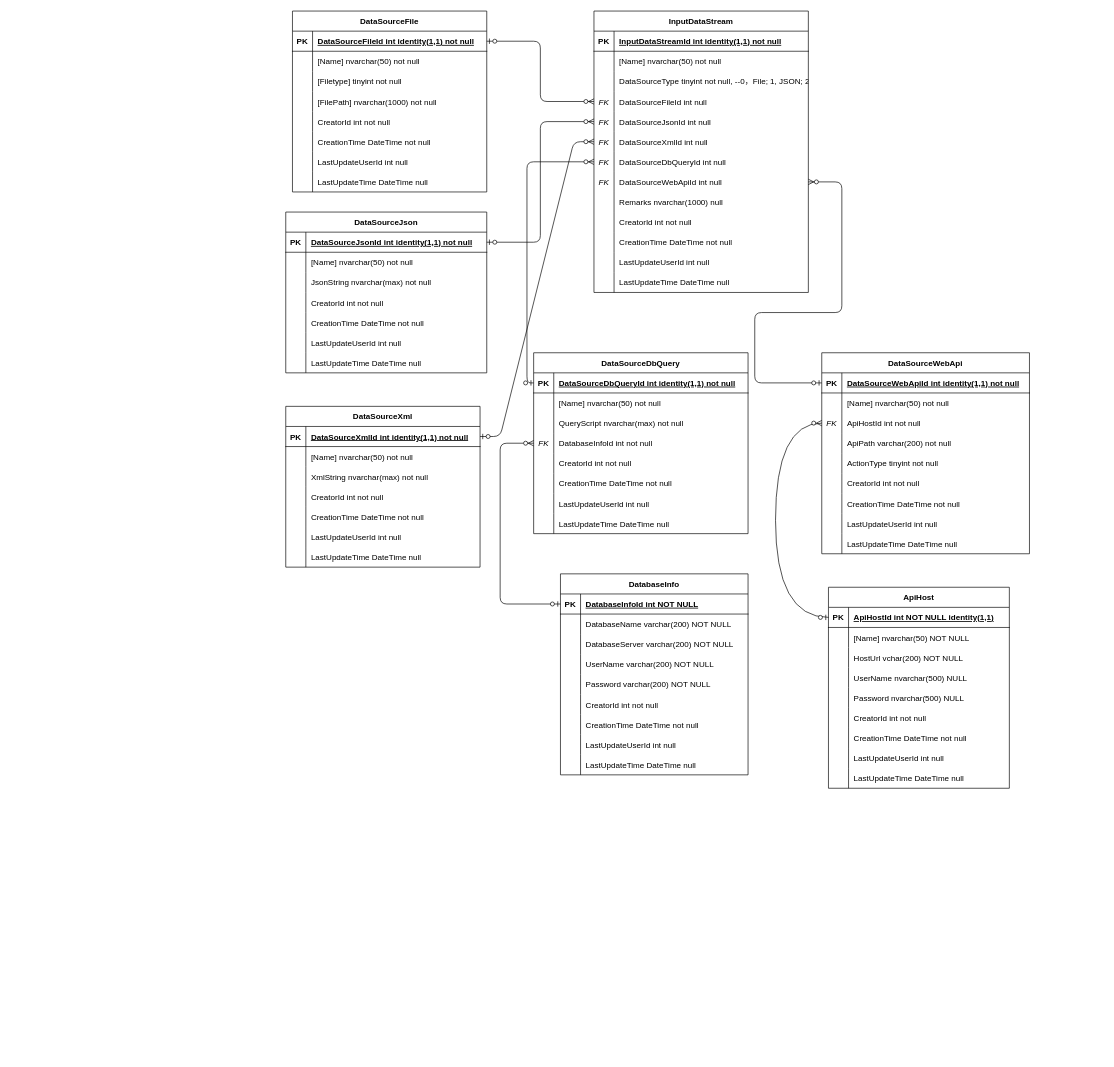
The draw.io diagram DaX实体关系图.drawio in macavalier/share-files, before the edit. Source tidied: cells renumbered, new cells numbered last; positions are measured from the earlier drawing's top-left corner, leaving out a move shared by most shapes. Both pictures are drawn from the tidied source at 67%, with x=0, y=0 at pixel (285, 11).
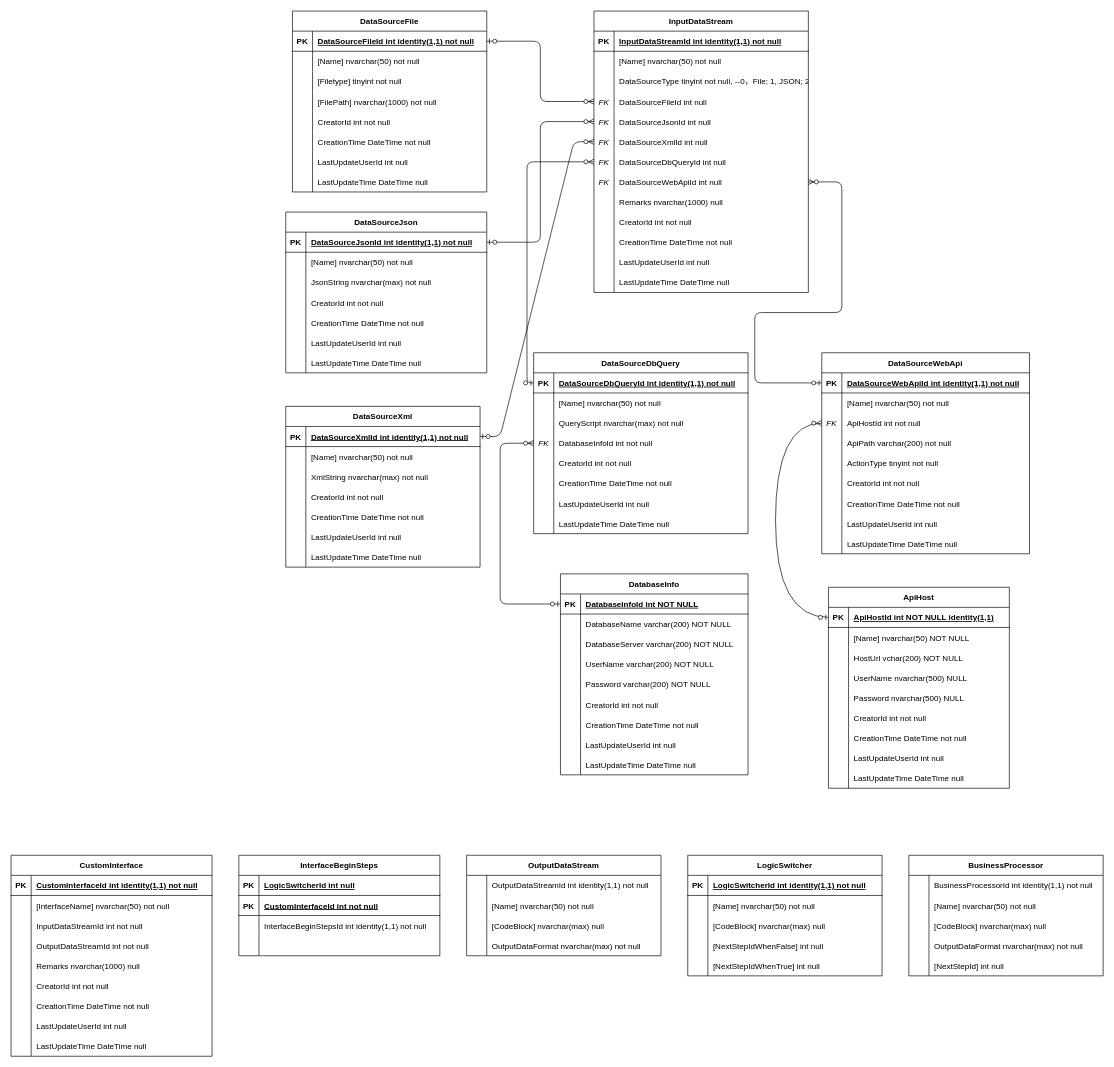
The same page after the edit.

Commit message:
更新DaX实体关系图.drawio

Diff of the diagram source:
```diff
@@
+    <mxCell id="227" value="CustomInterface" style="shape=table;startSize=30;childLayout=tableLayout;rowLines=0;fontStyle=1;align=center;" parent="1" vertex="1">
+      <mxGeometry x="-410" y="1260" width="300" height="300" as="geometry" />
+    </mxCell>
+    <mxCell id="228" style="shape=tableRow;horizontal=0;startSize=0;swimlaneHead=0;swimlaneBody=0;fillColor=none;top=0;left=0;right=0;bottom=1;" parent="227" vertex="1">
+      <mxGeometry y="30" width="300" height="30" as="geometry" />
+    </mxCell>
+    <mxCell id="229" value="PK" style="shape=partialRectangle;overflow=hidden;fillColor=none;top=0;left=0;bottom=0;right=0;fontStyle=1;" parent="228" vertex="1">
+      <mxGeometry width="30" height="30" as="geometry" />
+    </mxCell>
+    <mxCell id="230" value="CustomInterfaceId int identity(1,1) not null " style="shape=partialRectangle;overflow=hidden;fillColor=none;align=left;top=0;left=0;bottom=0;right=0;spacingLeft=6;fontStyle=5;" parent="228" vertex="1">
+      <mxGeometry x="30" width="270" height="30" as="geometry" />
+    </mxCell>
+    <mxCell id="231" style="shape=tableRow;horizontal=0;startSize=0;swimlaneHead=0;swimlaneBody=0;fillColor=none;top=0;left=0;right=0;bottom=0;" parent="227" vertex="1">
+      <mxGeometry y="60" width="300" height="30" as="geometry" />
+    </mxCell>
+    <mxCell id="232" style="shape=partialRectangle;overflow=hidden;fillColor=none;top=0;left=0;bottom=0;right=0;" parent="231" vertex="1">
+      <mxGeometry width="30" height="30" as="geometry" />
+    </mxCell>
+    <mxCell id="233" value="[InterfaceName] nvarchar(50) not null" style="shape=partialRectangle;overflow=hidden;fillColor=none;align=left;top=0;left=0;bottom=0;right=0;spacingLeft=6;" parent="231" vertex="1">
+      <mxGeometry x="30" width="270" height="30" as="geometry" />
+    </mxCell>
+    <mxCell id="234" style="shape=tableRow;horizontal=0;startSize=0;swimlaneHead=0;swimlaneBody=0;fillColor=none;top=0;left=0;right=0;bottom=0;" parent="227" vertex="1">
+      <mxGeometry y="90" width="300" height="30" as="geometry" />
+    </mxCell>
+    <mxCell id="235" style="shape=partialRectangle;overflow=hidden;fillColor=none;top=0;left=0;bottom=0;right=0;" parent="234" vertex="1">
+      <mxGeometry width="30" height="30" as="geometry" />
+    </mxCell>
+    <mxCell id="236" value="InputDataStreamId int not null" style="shape=partialRectangle;overflow=hidden;fillColor=none;align=left;top=0;left=0;bottom=0;right=0;spacingLeft=6;" parent="234" vertex="1">
+      <mxGeometry x="30" width="270" height="30" as="geometry" />
+    </mxCell>
+    <mxCell id="237" style="shape=tableRow;horizontal=0;startSize=0;swimlaneHead=0;swimlaneBody=0;fillColor=none;top=0;left=0;right=0;bottom=0;" parent="227" vertex="1">
+      <mxGeometry y="120" width="300" height="30" as="geometry" />
+    </mxCell>
+    <mxCell id="238" style="shape=partialRectangle;overflow=hidden;fillColor=none;top=0;left=0;bottom=0;right=0;" parent="237" vertex="1">
+      <mxGeometry width="30" height="30" as="geometry" />
+    </mxCell>
+    <mxCell id="239" value="OutputDataStreamId int not null" style="shape=partialRectangle;overflow=hidden;fillColor=none;align=left;top=0;left=0;bottom=0;right=0;spacingLeft=6;" parent="237" vertex="1">
+      <mxGeometry x="30" width="270" height="30" as="geometry" />
+    </mxCell>
+    <mxCell id="240" style="shape=tableRow;horizontal=0;startSize=0;swimlaneHead=0;swimlaneBody=0;fillColor=none;top=0;left=0;right=0;bottom=0;" parent="227" vertex="1">
+      <mxGeometry y="150" width="300" height="30" as="geometry" />
+    </mxCell>
+    <mxCell id="241" style="shape=partialRectangle;overflow=hidden;fillColor=none;top=0;left=0;bottom=0;right=0;" parent="240" vertex="1">
+      <mxGeometry width="30" height="30" as="geometry" />
+    </mxCell>
+    <mxCell id="242" value="Remarks nvarchar(1000) null" style="shape=partialRectangle;overflow=hidden;fillColor=none;align=left;top=0;left=0;bottom=0;right=0;spacingLeft=6;" parent="240" vertex="1">
+      <mxGeometry x="30" width="270" height="30" as="geometry" />
+    </mxCell>
+    <mxCell id="243" style="shape=tableRow;horizontal=0;startSize=0;swimlaneHead=0;swimlaneBody=0;fillColor=none;top=0;left=0;right=0;bottom=0;" parent="227" vertex="1">
+      <mxGeometry y="180" width="300" height="30" as="geometry" />
+    </mxCell>
+    <mxCell id="244" style="shape=partialRectangle;overflow=hidden;fillColor=none;top=0;left=0;bottom=0;right=0;" parent="243" vertex="1">
+      <mxGeometry width="30" height="30" as="geometry" />
+    </mxCell>
+    <mxCell id="245" value="CreatorId int not null" style="shape=partialRectangle;overflow=hidden;fillColor=none;align=left;top=0;left=0;bottom=0;right=0;spacingLeft=6;" parent="243" vertex="1">
+      <mxGeometry x="30" width="270" height="30" as="geometry" />
+    </mxCell>
+    <mxCell id="246" style="shape=tableRow;horizontal=0;startSize=0;swimlaneHead=0;swimlaneBody=0;fillColor=none;top=0;left=0;right=0;bottom=0;" parent="227" vertex="1">
+      <mxGeometry y="210" width="300" height="30" as="geometry" />
+    </mxCell>
+    <mxCell id="247" style="shape=partialRectangle;overflow=hidden;fillColor=none;top=0;left=0;bottom=0;right=0;" parent="246" vertex="1">
+      <mxGeometry width="30" height="30" as="geometry" />
+    </mxCell>
+    <mxCell id="248" value="CreationTime DateTime not null" style="shape=partialRectangle;overflow=hidden;fillColor=none;align=left;top=0;left=0;bottom=0;right=0;spacingLeft=6;" parent="246" vertex="1">
+      <mxGeometry x="30" width="270" height="30" as="geometry" />
+    </mxCell>
+    <mxCell id="249" style="shape=tableRow;horizontal=0;startSize=0;swimlaneHead=0;swimlaneBody=0;fillColor=none;top=0;left=0;right=0;bottom=0;" parent="227" vertex="1">
+      <mxGeometry y="240" width="300" height="30" as="geometry" />
+    </mxCell>
+    <mxCell id="250" style="shape=partialRectangle;overflow=hidden;fillColor=none;top=0;left=0;bottom=0;right=0;" parent="249" vertex="1">
+      <mxGeometry width="30" height="30" as="geometry" />
+    </mxCell>
+    <mxCell id="251" value="LastUpdateUserId int null" style="shape=partialRectangle;overflow=hidden;fillColor=none;align=left;top=0;left=0;bottom=0;right=0;spacingLeft=6;" parent="249" vertex="1">
+      <mxGeometry x="30" width="270" height="30" as="geometry" />
+    </mxCell>
+    <mxCell id="252" style="shape=tableRow;horizontal=0;startSize=0;swimlaneHead=0;swimlaneBody=0;fillColor=none;top=0;left=0;right=0;bottom=0;" parent="227" vertex="1">
+      <mxGeometry y="270" width="300" height="30" as="geometry" />
+    </mxCell>
+    <mxCell id="253" style="shape=partialRectangle;overflow=hidden;fillColor=none;top=0;left=0;bottom=0;right=0;" parent="252" vertex="1">
+      <mxGeometry width="30" height="30" as="geometry" />
+    </mxCell>
+    <mxCell id="254" value="LastUpdateTime DateTime null" style="shape=partialRectangle;overflow=hidden;fillColor=none;align=left;top=0;left=0;bottom=0;right=0;spacingLeft=6;" parent="252" vertex="1">
+      <mxGeometry x="30" width="270" height="30" as="geometry" />
+    </mxCell>
+    <mxCell id="255" value="InterfaceBeginSteps" style="shape=table;startSize=30;childLayout=tableLayout;rowLines=0;fontStyle=1;align=center;" parent="1" vertex="1">
+      <mxGeometry x="-70" y="1260" width="300" height="150" as="geometry" />
+    </mxCell>
+    <mxCell id="256" style="shape=tableRow;horizontal=0;startSize=0;swimlaneHead=0;swimlaneBody=0;fillColor=none;top=0;left=0;right=0;bottom=1;" parent="255" vertex="1">
+      <mxGeometry y="30" width="300" height="30" as="geometry" />
+    </mxCell>
+    <mxCell id="257" value="PK" style="shape=partialRectangle;overflow=hidden;fillColor=none;top=0;left=0;bottom=0;right=0;fontStyle=1;" parent="256" vertex="1">
+      <mxGeometry width="30" height="30" as="geometry" />
+    </mxCell>
+    <mxCell id="258" value="LogicSwitcherId int null" style="shape=partialRectangle;overflow=hidden;fillColor=none;align=left;top=0;left=0;bottom=0;right=0;spacingLeft=6;fontStyle=5;" parent="256" vertex="1">
+      <mxGeometry x="30" width="270" height="30" as="geometry" />
+    </mxCell>
+    <mxCell id="259" style="shape=tableRow;horizontal=0;startSize=0;swimlaneHead=0;swimlaneBody=0;fillColor=none;top=0;left=0;right=0;bottom=1;" parent="255" vertex="1">
+      <mxGeometry y="60" width="300" height="30" as="geometry" />
+    </mxCell>
+    <mxCell id="260" value="PK" style="shape=partialRectangle;overflow=hidden;fillColor=none;top=0;left=0;bottom=0;right=0;fontStyle=1;" parent="259" vertex="1">
+      <mxGeometry width="30" height="30" as="geometry" />
+    </mxCell>
+    <mxCell id="261" value="CustomInterfaceId int not null" style="shape=partialRectangle;overflow=hidden;fillColor=none;align=left;top=0;left=0;bottom=0;right=0;spacingLeft=6;fontStyle=5;" parent="259" vertex="1">
+      <mxGeometry x="30" width="270" height="30" as="geometry" />
+    </mxCell>
+    <mxCell id="262" style="shape=tableRow;horizontal=0;startSize=0;swimlaneHead=0;swimlaneBody=0;fillColor=none;top=0;left=0;right=0;bottom=0;" parent="255" vertex="1">
+      <mxGeometry y="90" width="300" height="30" as="geometry" />
+    </mxCell>
+    <mxCell id="263" style="shape=partialRectangle;overflow=hidden;fillColor=none;top=0;left=0;bottom=0;right=0;" parent="262" vertex="1">
+      <mxGeometry width="30" height="30" as="geometry" />
+    </mxCell>
+    <mxCell id="264" value="InterfaceBeginStepsId int identity(1,1) not null" style="shape=partialRectangle;overflow=hidden;fillColor=none;align=left;top=0;left=0;bottom=0;right=0;spacingLeft=6;" parent="262" vertex="1">
+      <mxGeometry x="30" width="270" height="30" as="geometry" />
+    </mxCell>
+    <mxCell id="265" style="shape=tableRow;horizontal=0;startSize=0;swimlaneHead=0;swimlaneBody=0;fillColor=none;top=0;left=0;right=0;bottom=0;" parent="255" vertex="1">
+      <mxGeometry y="120" width="300" height="30" as="geometry" />
+    </mxCell>
+    <mxCell id="266" style="shape=partialRectangle;overflow=hidden;fillColor=none;top=0;left=0;bottom=0;right=0;" parent="265" vertex="1">
+      <mxGeometry width="30" height="30" as="geometry" />
+    </mxCell>
+    <mxCell id="267" style="shape=partialRectangle;overflow=hidden;fillColor=none;align=left;top=0;left=0;bottom=0;right=0;spacingLeft=6;" parent="265" vertex="1">
+      <mxGeometry x="30" width="270" height="30" as="geometry" />
+    </mxCell>
+    <mxCell id="268" value="OutputDataStream" style="shape=table;startSize=30;childLayout=tableLayout;rowLines=0;fontStyle=1;align=center;" parent="1" vertex="1">
+      <mxGeometry x="270" y="1260" width="290" height="150" as="geometry" />
+    </mxCell>
+    <mxCell id="269" style="shape=tableRow;horizontal=0;startSize=0;swimlaneHead=0;swimlaneBody=0;fillColor=none;top=0;left=0;right=0;bottom=0;" parent="268" vertex="1">
+      <mxGeometry y="30" width="290" height="30" as="geometry" />
+    </mxCell>
+    <mxCell id="270" style="shape=partialRectangle;overflow=hidden;fillColor=none;top=0;left=0;bottom=0;right=0;" parent="269" vertex="1">
+      <mxGeometry width="30" height="30" as="geometry" />
+    </mxCell>
+    <mxCell id="271" value="OutputDataStreamId int identity(1,1) not null" style="shape=partialRectangle;overflow=hidden;fillColor=none;align=left;top=0;left=0;bottom=0;right=0;spacingLeft=6;" parent="269" vertex="1">
+      <mxGeometry x="30" width="260" height="30" as="geometry" />
+    </mxCell>
+    <mxCell id="272" style="shape=tableRow;horizontal=0;startSize=0;swimlaneHead=0;swimlaneBody=0;fillColor=none;top=0;left=0;right=0;bottom=0;" parent="268" vertex="1">
+      <mxGeometry y="60" width="290" height="30" as="geometry" />
+    </mxCell>
+    <mxCell id="273" style="shape=partialRectangle;overflow=hidden;fillColor=none;top=0;left=0;bottom=0;right=0;" parent="272" vertex="1">
+      <mxGeometry width="30" height="30" as="geometry" />
+    </mxCell>
+    <mxCell id="274" value="[Name] nvarchar(50) not null" style="shape=partialRectangle;overflow=hidden;fillColor=none;align=left;top=0;left=0;bottom=0;right=0;spacingLeft=6;" parent="272" vertex="1">
+      <mxGeometry x="30" width="260" height="30" as="geometry" />
+    </mxCell>
+    <mxCell id="275" style="shape=tableRow;horizontal=0;startSize=0;swimlaneHead=0;swimlaneBody=0;fillColor=none;top=0;left=0;right=0;bottom=0;" parent="268" vertex="1">
+      <mxGeometry y="90" width="290" height="30" as="geometry" />
+    </mxCell>
+    <mxCell id="276" style="shape=partialRectangle;overflow=hidden;fillColor=none;top=0;left=0;bottom=0;right=0;" parent="275" vertex="1">
+      <mxGeometry width="30" height="30" as="geometry" />
+    </mxCell>
+    <mxCell id="277" value="[CodeBlock] nvarchar(max) null" style="shape=partialRectangle;overflow=hidden;fillColor=none;align=left;top=0;left=0;bottom=0;right=0;spacingLeft=6;" parent="275" vertex="1">
+      <mxGeometry x="30" width="260" height="30" as="geometry" />
+    </mxCell>
+    <mxCell id="278" style="shape=tableRow;horizontal=0;startSize=0;swimlaneHead=0;swimlaneBody=0;fillColor=none;top=0;left=0;right=0;bottom=0;" parent="268" vertex="1">
+      <mxGeometry y="120" width="290" height="30" as="geometry" />
+    </mxCell>
+    <mxCell id="279" style="shape=partialRectangle;overflow=hidden;fillColor=none;top=0;left=0;bottom=0;right=0;" parent="278" vertex="1">
+      <mxGeometry width="30" height="30" as="geometry" />
+    </mxCell>
+    <mxCell id="280" value="OutputDataFormat nvarchar(max) not null" style="shape=partialRectangle;overflow=hidden;fillColor=none;align=left;top=0;left=0;bottom=0;right=0;spacingLeft=6;" parent="278" vertex="1">
+      <mxGeometry x="30" width="260" height="30" as="geometry" />
+    </mxCell>
+    <mxCell id="281" value="LogicSwitcher" style="shape=table;startSize=30;childLayout=tableLayout;rowLines=0;fontStyle=1;align=center;" parent="1" vertex="1">
+      <mxGeometry x="600" y="1260" width="290" height="180" as="geometry" />
+    </mxCell>
+    <mxCell id="282" style="shape=tableRow;horizontal=0;startSize=0;swimlaneHead=0;swimlaneBody=0;fillColor=none;top=0;left=0;right=0;bottom=1;" parent="281" vertex="1">
+      <mxGeometry y="30" width="290" height="30" as="geometry" />
+    </mxCell>
+    <mxCell id="283" value="PK" style="shape=partialRectangle;overflow=hidden;fillColor=none;top=0;left=0;bottom=0;right=0;fontStyle=1;" parent="282" vertex="1">
+      <mxGeometry width="30" height="30" as="geometry" />
+    </mxCell>
+    <mxCell id="284" value="LogicSwitcherId int identity(1,1) not null " style="shape=partialRectangle;overflow=hidden;fillColor=none;align=left;top=0;left=0;bottom=0;right=0;spacingLeft=6;fontStyle=5;" parent="282" vertex="1">
+      <mxGeometry x="30" width="260" height="30" as="geometry" />
+    </mxCell>
+    <mxCell id="285" style="shape=tableRow;horizontal=0;startSize=0;swimlaneHead=0;swimlaneBody=0;fillColor=none;top=0;left=0;right=0;bottom=0;" parent="281" vertex="1">
+      <mxGeometry y="60" width="290" height="30" as="geometry" />
+    </mxCell>
+    <mxCell id="286" style="shape=partialRectangle;overflow=hidden;fillColor=none;top=0;left=0;bottom=0;right=0;" parent="285" vertex="1">
+      <mxGeometry width="30" height="30" as="geometry" />
+    </mxCell>
+    <mxCell id="287" value="[Name] nvarchar(50) not null" style="shape=partialRectangle;overflow=hidden;fillColor=none;align=left;top=0;left=0;bottom=0;right=0;spacingLeft=6;" parent="285" vertex="1">
+      <mxGeometry x="30" width="260" height="30" as="geometry" />
+    </mxCell>
+    <mxCell id="288" style="shape=tableRow;horizontal=0;startSize=0;swimlaneHead=0;swimlaneBody=0;fillColor=none;top=0;left=0;right=0;bottom=0;" parent="281" vertex="1">
+      <mxGeometry y="90" width="290" height="30" as="geometry" />
+    </mxCell>
+    <mxCell id="289" style="shape=partialRectangle;overflow=hidden;fillColor=none;top=0;left=0;bottom=0;right=0;" parent="288" vertex="1">
+      <mxGeometry width="30" height="30" as="geometry" />
+    </mxCell>
+    <mxCell id="290" value="[CodeBlock] nvarchar(max) null" style="shape=partialRectangle;overflow=hidden;fillColor=none;align=left;top=0;left=0;bottom=0;right=0;spacingLeft=6;" parent="288" vertex="1">
+      <mxGeometry x="30" width="260" height="30" as="geometry" />
+    </mxCell>
+    <mxCell id="291" style="shape=tableRow;horizontal=0;startSize=0;swimlaneHead=0;swimlaneBody=0;fillColor=none;top=0;left=0;right=0;bottom=0;" parent="281" vertex="1">
+      <mxGeometry y="120" width="290" height="30" as="geometry" />
+    </mxCell>
+    <mxCell id="292" style="shape=partialRectangle;overflow=hidden;fillColor=none;top=0;left=0;bottom=0;right=0;" parent="291" vertex="1">
+      <mxGeometry width="30" height="30" as="geometry" />
+    </mxCell>
+    <mxCell id="293" value="[NextStepIdWhenFalse] int null" style="shape=partialRectangle;overflow=hidden;fillColor=none;align=left;top=0;left=0;bottom=0;right=0;spacingLeft=6;" parent="291" vertex="1">
+      <mxGeometry x="30" width="260" height="30" as="geometry" />
+    </mxCell>
+    <mxCell id="294" style="shape=tableRow;horizontal=0;startSize=0;swimlaneHead=0;swimlaneBody=0;fillColor=none;top=0;left=0;right=0;bottom=0;" parent="281" vertex="1">
+      <mxGeometry y="150" width="290" height="30" as="geometry" />
+    </mxCell>
+    <mxCell id="295" style="shape=partialRectangle;overflow=hidden;fillColor=none;top=0;left=0;bottom=0;right=0;" parent="294" vertex="1">
+      <mxGeometry width="30" height="30" as="geometry" />
+    </mxCell>
+    <mxCell id="296" value="[NextStepIdWhenTrue] int null" style="shape=partialRectangle;overflow=hidden;fillColor=none;align=left;top=0;left=0;bottom=0;right=0;spacingLeft=6;" parent="294" vertex="1">
+      <mxGeometry x="30" width="260" height="30" as="geometry" />
+    </mxCell>
+    <mxCell id="297" value="BusinessProcessor" style="shape=table;startSize=30;childLayout=tableLayout;rowLines=0;fontStyle=1;align=center;" parent="1" vertex="1">
+      <mxGeometry x="930" y="1260" width="290" height="180" as="geometry" />
+    </mxCell>
+    <mxCell id="298" style="shape=tableRow;horizontal=0;startSize=0;swimlaneHead=0;swimlaneBody=0;fillColor=none;top=0;left=0;right=0;bottom=0;" parent="297" vertex="1">
+      <mxGeometry y="30" width="290" height="30" as="geometry" />
+    </mxCell>
+    <mxCell id="299" style="shape=partialRectangle;overflow=hidden;fillColor=none;top=0;left=0;bottom=0;right=0;" parent="298" vertex="1">
+      <mxGeometry width="30" height="30" as="geometry" />
+    </mxCell>
+    <mxCell id="300" value="BusinessProcessorId int identity(1,1) not null" style="shape=partialRectangle;overflow=hidden;fillColor=none;align=left;top=0;left=0;bottom=0;right=0;spacingLeft=6;" parent="298" vertex="1">
+      <mxGeometry x="30" width="260" height="30" as="geometry" />
+    </mxCell>
+    <mxCell id="301" style="shape=tableRow;horizontal=0;startSize=0;swimlaneHead=0;swimlaneBody=0;fillColor=none;top=0;left=0;right=0;bottom=0;" parent="297" vertex="1">
+      <mxGeometry y="60" width="290" height="30" as="geometry" />
+    </mxCell>
+    <mxCell id="302" style="shape=partialRectangle;overflow=hidden;fillColor=none;top=0;left=0;bottom=0;right=0;" parent="301" vertex="1">
+      <mxGeometry width="30" height="30" as="geometry" />
+    </mxCell>
+    <mxCell id="303" value="[Name] nvarchar(50) not null" style="shape=partialRectangle;overflow=hidden;fillColor=none;align=left;top=0;left=0;bottom=0;right=0;spacingLeft=6;" parent="301" vertex="1">
+      <mxGeometry x="30" width="260" height="30" as="geometry" />
+    </mxCell>
+    <mxCell id="304" style="shape=tableRow;horizontal=0;startSize=0;swimlaneHead=0;swimlaneBody=0;fillColor=none;top=0;left=0;right=0;bottom=0;" parent="297" vertex="1">
+      <mxGeometry y="90" width="290" height="30" as="geometry" />
+    </mxCell>
+    <mxCell id="305" style="shape=partialRectangle;overflow=hidden;fillColor=none;top=0;left=0;bottom=0;right=0;" parent="304" vertex="1">
+      <mxGeometry width="30" height="30" as="geometry" />
+    </mxCell>
+    <mxCell id="306" value="[CodeBlock] nvarchar(max) null" style="shape=partialRectangle;overflow=hidden;fillColor=none;align=left;top=0;left=0;bottom=0;right=0;spacingLeft=6;" parent="304" vertex="1">
+      <mxGeometry x="30" width="260" height="30" as="geometry" />
+    </mxCell>
+    <mxCell id="307" style="shape=tableRow;horizontal=0;startSize=0;swimlaneHead=0;swimlaneBody=0;fillColor=none;top=0;left=0;right=0;bottom=0;" parent="297" vertex="1">
+      <mxGeometry y="120" width="290" height="30" as="geometry" />
+    </mxCell>
+    <mxCell id="308" style="shape=partialRectangle;overflow=hidden;fillColor=none;top=0;left=0;bottom=0;right=0;" parent="307" vertex="1">
+      <mxGeometry width="30" height="30" as="geometry" />
+    </mxCell>
+    <mxCell id="309" value="OutputDataFormat nvarchar(max) not null" style="shape=partialRectangle;overflow=hidden;fillColor=none;align=left;top=0;left=0;bottom=0;right=0;spacingLeft=6;" parent="307" vertex="1">
+      <mxGeometry x="30" width="260" height="30" as="geometry" />
+    </mxCell>
+    <mxCell id="310" style="shape=tableRow;horizontal=0;startSize=0;swimlaneHead=0;swimlaneBody=0;fillColor=none;top=0;left=0;right=0;bottom=0;" parent="297" vertex="1">
+      <mxGeometry y="150" width="290" height="30" as="geometry" />
+    </mxCell>
+    <mxCell id="311" style="shape=partialRectangle;overflow=hidden;fillColor=none;top=0;left=0;bottom=0;right=0;" parent="310" vertex="1">
+      <mxGeometry width="30" height="30" as="geometry" />
+    </mxCell>
+    <mxCell id="312" value="[NextStepId] int null" style="shape=partialRectangle;overflow=hidden;fillColor=none;align=left;top=0;left=0;bottom=0;right=0;spacingLeft=6;" parent="310" vertex="1">
+      <mxGeometry x="30" width="260" height="30" as="geometry" />
+    </mxCell>
```
